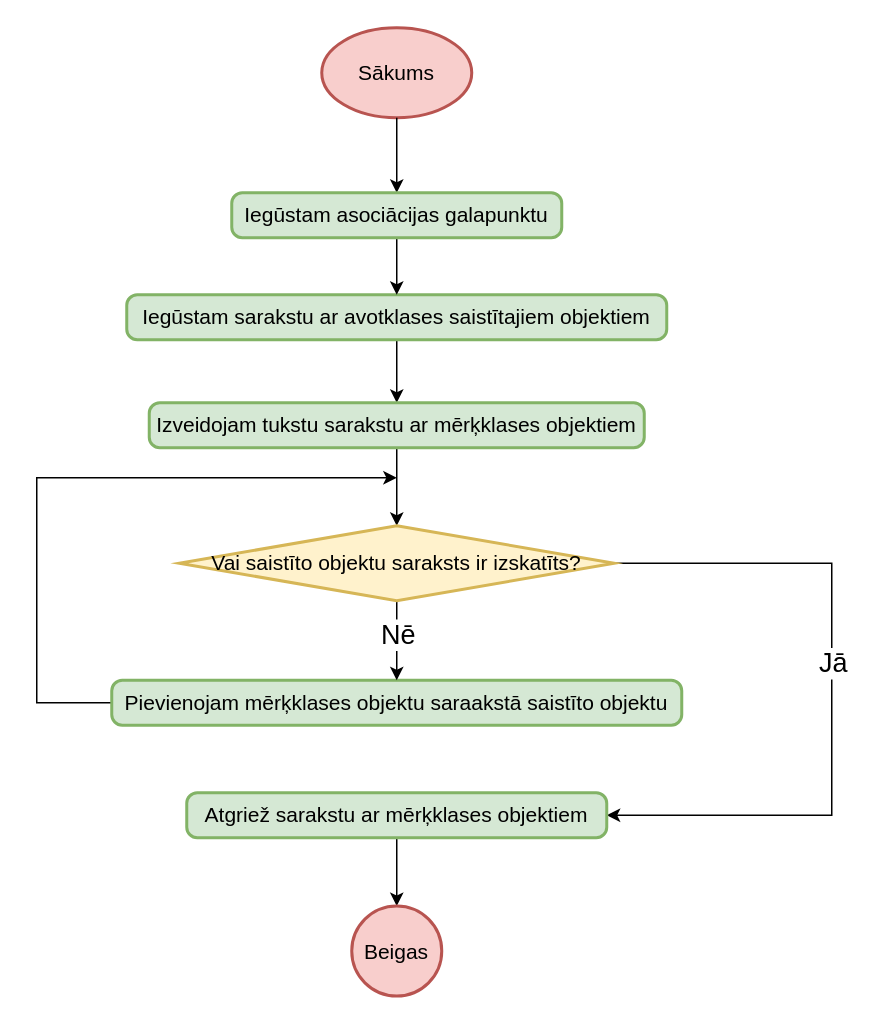
Before: page "Asociācijas iegūšana" (4 of 6) of src/Qualification project/Documentation/Diagrammas/Ģenerētais kods.drawio in artiks12/webAppOS, a draw.io diagram. Source tidied: cells renumbered, new cells numbered last; positions are measured from the earlier drawing's top-left corner, leaving out a move shared by most shapes. Both pictures are drawn from the tidied source at 150%, with x=0, y=0 at pixel (36, 27).
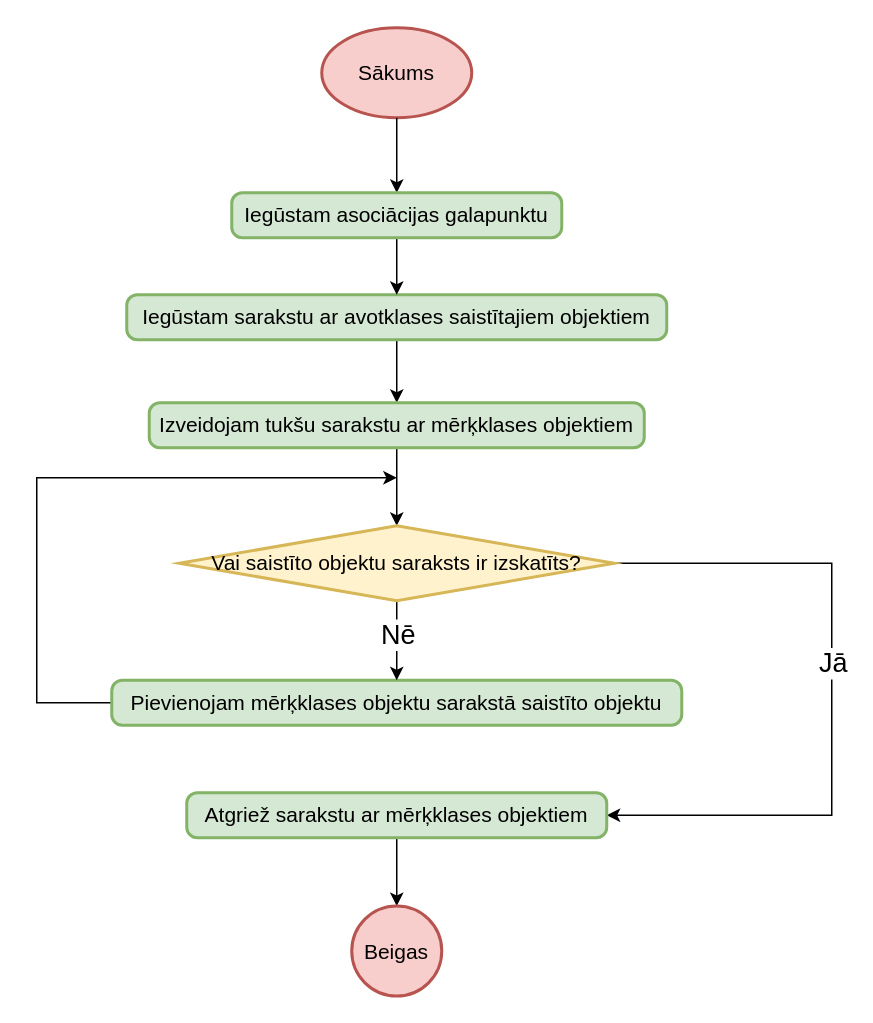
The same diagram, later.

The edit, as a diff of the source:
```diff
@@
-    <mxCell id="5" value="Izveidojam tukstu sarakstu ar mērķklases objektiem" style="rounded=1;whiteSpace=wrap;html=1;absoluteArcSize=1;arcSize=14;strokeWidth=2;fontSize=14;fillColor=#d5e8d4;strokeColor=#82b366;" parent="1" vertex="1">
+    <mxCell id="5" value="Izveidojam tukšu sarakstu ar mērķklases objektiem" style="rounded=1;whiteSpace=wrap;html=1;absoluteArcSize=1;arcSize=14;strokeWidth=2;fontSize=14;fillColor=#d5e8d4;strokeColor=#82b366;" parent="1" vertex="1">
       <mxGeometry x="75" y="250" width="330" height="30" as="geometry" />
     </mxCell>
@@
-    <mxCell id="7" value="Pievienojam mērķklases objektu saraakstā saistīto objektu" style="rounded=1;whiteSpace=wrap;html=1;absoluteArcSize=1;arcSize=14;strokeWidth=2;fontSize=14;fillColor=#d5e8d4;strokeColor=#82b366;" parent="1" vertex="1">
+    <mxCell id="7" value="Pievienojam mērķklases objektu sarakstā saistīto objektu" style="rounded=1;whiteSpace=wrap;html=1;absoluteArcSize=1;arcSize=14;strokeWidth=2;fontSize=14;fillColor=#d5e8d4;strokeColor=#82b366;" parent="1" vertex="1">
       <mxGeometry x="50" y="435" width="380" height="30" as="geometry" />
     </mxCell>
```
